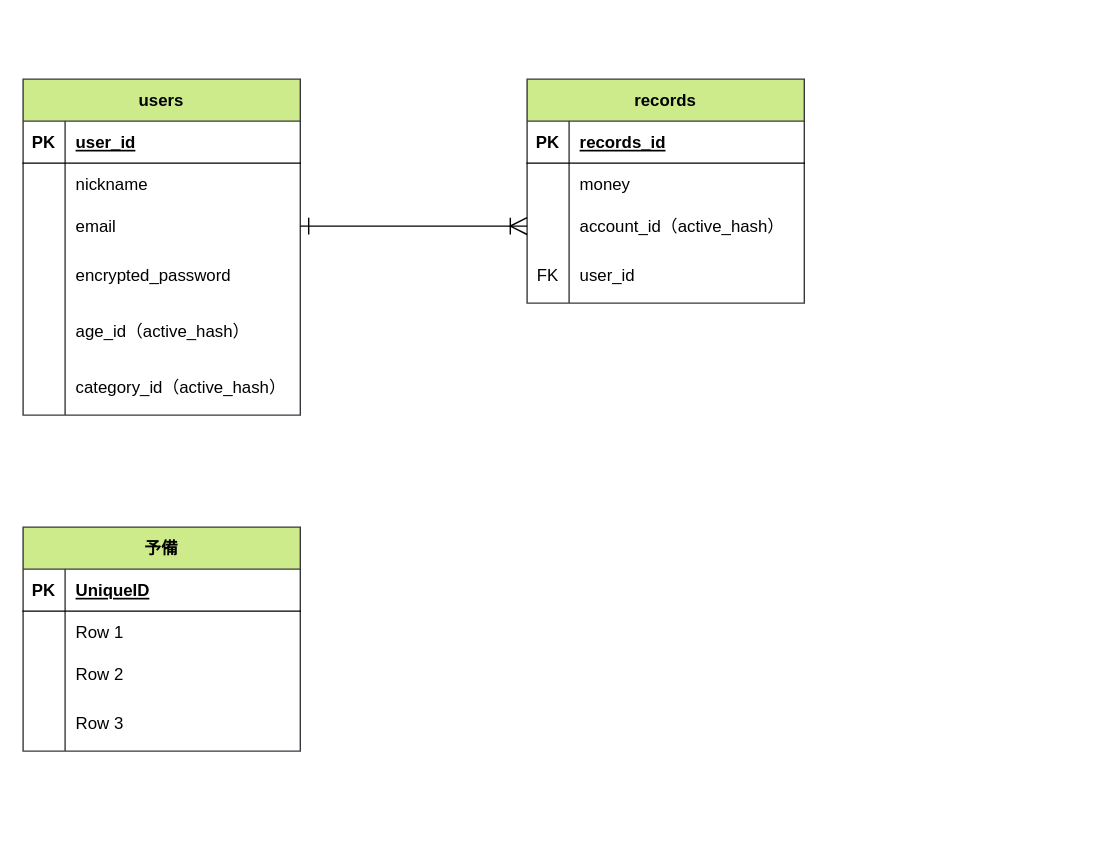
This is page "ER図" (2 of 3) of moneyforest.dio from rikakohira/moneyforest, a draw.io file, before an edit. Source tidied: cells renumbered, new cells numbered last; positions are measured from the earlier drawing's top-left corner, leaving out a move shared by most shapes. Both pictures are drawn from the tidied source at 140%, with x=0, y=0 at pixel (22, 78).
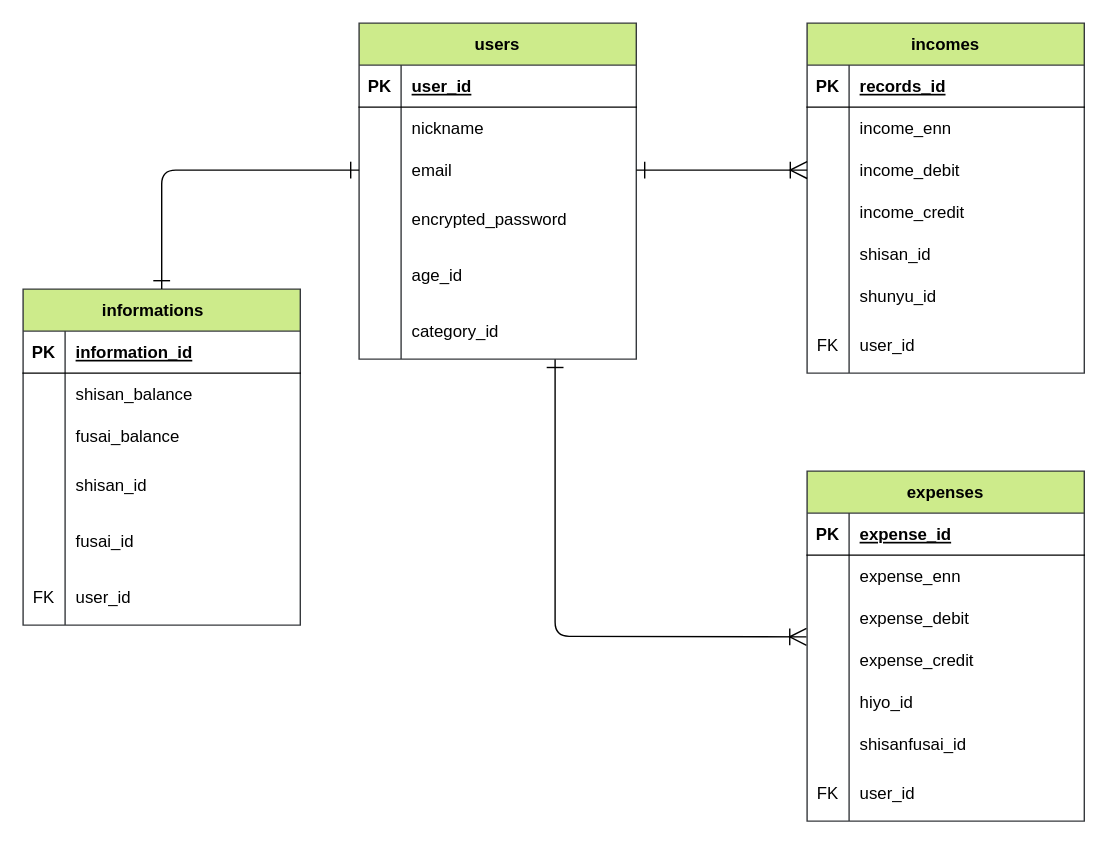
Above is the later version.

Unchanged cells that the change refers to:
```xml
<mxCell id="15" style="shape=partialRectangle;fillColor=none;top=0;left=0;bottom=0;right=0;strokeColor=#000000;fontColor=#000000;" parent="2" vertex="1">
  <mxGeometry y="160" width="198" height="40" as="geometry" />
</mxCell>
<mxCell id="18" style="shape=partialRectangle;fillColor=none;top=0;left=0;bottom=0;right=0;strokeColor=#000000;fontColor=#000000;" parent="2" vertex="1">
  <mxGeometry y="200" width="198" height="40" as="geometry" />
</mxCell>
<mxCell id="22" style="shape=partialRectangle;fillColor=none;top=0;left=0;bottom=1;right=0;strokeColor=#000000;fontColor=#000000;" parent="21" vertex="1">
  <mxGeometry y="30" width="198" height="30" as="geometry" />
</mxCell>
<mxCell id="25" style="shape=partialRectangle;fillColor=none;top=0;left=0;bottom=0;right=0;strokeColor=#000000;fontColor=#000000;" parent="21" vertex="1">
  <mxGeometry y="60" width="198" height="30" as="geometry" />
</mxCell>
<mxCell id="28" style="shape=partialRectangle;fillColor=none;top=0;left=0;bottom=0;right=0;strokeColor=#000000;fontColor=#000000;" parent="21" vertex="1">
  <mxGeometry y="90" width="198" height="30" as="geometry" />
</mxCell>
<mxCell id="31" style="shape=partialRectangle;fillColor=none;top=0;left=0;bottom=0;right=0;strokeColor=#000000;fontColor=#000000;" parent="21" vertex="1">
  <mxGeometry y="120" width="198" height="40" as="geometry" />
</mxCell>
<mxCell id="38" style="shape=partialRectangle;fillColor=none;top=0;left=0;bottom=0;right=0;strokeColor=#000000;fontColor=#000000;" parent="34" vertex="1">
  <mxGeometry y="60" width="198" height="30" as="geometry" />
</mxCell>
<mxCell id="41" style="shape=partialRectangle;fillColor=none;top=0;left=0;bottom=0;right=0;points=[[0,0.5],[1,0.5]];portConstraint=eastwest;strokeColor=#000000;fontColor=#000000;" parent="34" vertex="1">
  <mxGeometry y="90" width="198" height="30" as="geometry" />
</mxCell>
```

The edit, as a diff of the source:
```diff
@@
+    <mxCell id="48" style="edgeStyle=none;html=1;entryX=-0.002;entryY=-0.053;entryDx=0;entryDy=0;entryPerimeter=0;startArrow=ERone;startFill=0;endArrow=ERoneToMany;endFill=0;startSize=10;endSize=10;strokeColor=#000000;" parent="1" edge="1" target="78">
+      <mxGeometry relative="1" as="geometry">
+        <mxPoint x="380" y="200" as="sourcePoint" />
+        <Array as="points">
+          <mxPoint x="380" y="398" />
+        </Array>
+      </mxGeometry>
+    </mxCell>
     <mxCell id="2" value="users" style="shape=table;startSize=30;childLayout=tableLayout;rowLines=0;fontStyle=1;align=center;strokeColor=#36393d;fillColor=#cdeb8b;fontColor=#000000;resizeLastRow=1;" parent="1" vertex="1">
-      <mxGeometry width="198" height="240" as="geometry" />
+      <mxGeometry x="240" y="-40" width="198" height="240" as="geometry" />
     </mxCell>
@@
-    <mxCell id="9" style="shape=partialRectangle;fillColor=none;top=0;left=0;bottom=0;right=0;points=[[0,0.5],[1,0.5]];portConstraint=eastwest;strokeColor=#000000;fontColor=#000000;" parent="2" vertex="1">
-      <mxGeometry y="90" width="198" height="30" as="geometry" />
-    </mxCell>
-    <mxCell id="10" style="shape=partialRectangle;fillColor=none;top=0;left=0;bottom=0;right=0;overflow=hidden;strokeColor=#000000;fontColor=#000000;" parent="9" vertex="1">
-      <mxGeometry width="30" height="30" as="geometry" />
-    </mxCell>
+    <mxCell id="49" style="shape=partialRectangle;fillColor=none;top=0;left=0;bottom=0;right=0;points=[[0,0.5],[1,0.5]];portConstraint=eastwest;strokeColor=#000000;fontColor=#000000;" parent="2" vertex="1">
+      <mxGeometry y="90" width="198" height="30" as="geometry" />
+    </mxCell>
+    <mxCell id="50" style="shape=partialRectangle;fillColor=none;top=0;left=0;bottom=0;right=0;overflow=hidden;strokeColor=#000000;fontColor=#000000;" parent="49" vertex="1">
+      <mxGeometry width="30" height="30" as="geometry" />
+    </mxCell>
-    <mxCell id="11" value="email" style="shape=partialRectangle;fillColor=none;top=0;left=0;bottom=0;right=0;align=left;spacingLeft=6;overflow=hidden;strokeColor=#000000;fontColor=#000000;" parent="9" vertex="1">
+    <mxCell id="11" value="email" style="shape=partialRectangle;fillColor=none;top=0;left=0;bottom=0;right=0;align=left;spacingLeft=6;overflow=hidden;strokeColor=#000000;fontColor=#000000;" parent="49" vertex="1">
       <mxGeometry x="30" width="168" height="30" as="geometry" />
     </mxCell>
@@
-    <mxCell id="17" value="age_id（active_hash）" style="shape=partialRectangle;fillColor=none;top=0;left=0;bottom=0;right=0;align=left;spacingLeft=6;overflow=hidden;strokeColor=#000000;fontColor=#000000;" parent="15" vertex="1">
+    <mxCell id="17" value="age_id" style="shape=partialRectangle;fillColor=none;top=0;left=0;bottom=0;right=0;align=left;spacingLeft=6;overflow=hidden;strokeColor=#000000;fontColor=#000000;" parent="15" vertex="1">
       <mxGeometry x="30" width="168" height="40" as="geometry" />
     </mxCell>
@@
-    <mxCell id="20" value="category_id（active_hash）" style="shape=partialRectangle;fillColor=none;top=0;left=0;bottom=0;right=0;align=left;spacingLeft=6;overflow=hidden;strokeColor=#000000;fontColor=#000000;" parent="18" vertex="1">
+    <mxCell id="20" value="category_id" style="shape=partialRectangle;fillColor=none;top=0;left=0;bottom=0;right=0;align=left;spacingLeft=6;overflow=hidden;strokeColor=#000000;fontColor=#000000;" parent="18" vertex="1">
       <mxGeometry x="30" width="168" height="40" as="geometry" />
     </mxCell>
-    <mxCell id="21" value="予備" style="shape=table;startSize=30;childLayout=tableLayout;rowLines=0;fontStyle=1;align=center;strokeColor=#36393d;fillColor=#cdeb8b;fontColor=#000000;portConstraintRotation=0;resizeLastRow=1;" parent="1" vertex="1">
-      <mxGeometry y="320" width="198" height="160" as="geometry" />
+    <mxCell id="21" value="informations　" style="shape=table;startSize=30;childLayout=tableLayout;rowLines=0;fontStyle=1;align=center;strokeColor=#36393d;fillColor=#cdeb8b;fontColor=#000000;portConstraintRotation=0;resizeLastRow=1;" parent="1" vertex="1">
+      <mxGeometry y="150" width="198" height="240" as="geometry" />
     </mxCell>
@@
-    <mxCell id="24" value="UniqueID" style="shape=partialRectangle;fillColor=none;top=0;left=0;bottom=0;right=0;align=left;spacingLeft=6;fontStyle=5;overflow=hidden;strokeColor=#000000;fontColor=#000000;" parent="22" vertex="1">
+    <mxCell id="24" value="information_id" style="shape=partialRectangle;fillColor=none;top=0;left=0;bottom=0;right=0;align=left;spacingLeft=6;fontStyle=5;overflow=hidden;strokeColor=#000000;fontColor=#000000;" parent="22" vertex="1">
       <mxGeometry x="30" width="168" height="30" as="geometry" />
     </mxCell>
@@
-    <mxCell id="27" value="Row 1" style="shape=partialRectangle;fillColor=none;top=0;left=0;bottom=0;right=0;align=left;spacingLeft=6;overflow=hidden;strokeColor=#000000;fontColor=#000000;" parent="25" vertex="1">
+    <mxCell id="27" value="shisan_balance" style="shape=partialRectangle;fillColor=none;top=0;left=0;bottom=0;right=0;align=left;spacingLeft=6;overflow=hidden;strokeColor=#000000;fontColor=#000000;" parent="25" vertex="1">
       <mxGeometry x="30" width="168" height="30" as="geometry" />
     </mxCell>
@@
-    <mxCell id="30" value="Row 2" style="shape=partialRectangle;fillColor=none;top=0;left=0;bottom=0;right=0;align=left;spacingLeft=6;overflow=hidden;strokeColor=#000000;fontColor=#000000;" parent="28" vertex="1">
+    <mxCell id="30" value="fusai_balance" style="shape=partialRectangle;fillColor=none;top=0;left=0;bottom=0;right=0;align=left;spacingLeft=6;overflow=hidden;strokeColor=#000000;fontColor=#000000;" parent="28" vertex="1">
       <mxGeometry x="30" width="168" height="30" as="geometry" />
     </mxCell>
@@
-    <mxCell id="33" value="Row 3" style="shape=partialRectangle;fillColor=none;top=0;left=0;bottom=0;right=0;align=left;spacingLeft=6;overflow=hidden;strokeColor=#000000;fontColor=#000000;" parent="31" vertex="1">
+    <mxCell id="33" value="shisan_id" style="shape=partialRectangle;fillColor=none;top=0;left=0;bottom=0;right=0;align=left;spacingLeft=6;overflow=hidden;strokeColor=#000000;fontColor=#000000;" parent="31" vertex="1">
       <mxGeometry x="30" width="168" height="40" as="geometry" />
     </mxCell>
+    <mxCell id="51" style="shape=partialRectangle;fillColor=none;top=0;left=0;bottom=0;right=0;strokeColor=#000000;fontColor=#000000;" parent="21" vertex="1">
+      <mxGeometry y="160" width="198" height="40" as="geometry" />
+    </mxCell>
+    <mxCell id="52" style="shape=partialRectangle;fillColor=none;top=0;left=0;bottom=0;right=0;overflow=hidden;strokeColor=#000000;fontColor=#000000;" parent="51" vertex="1">
+      <mxGeometry width="30" height="40" as="geometry" />
+    </mxCell>
+    <mxCell id="53" value="fusai_id" style="shape=partialRectangle;fillColor=none;top=0;left=0;bottom=0;right=0;align=left;spacingLeft=6;overflow=hidden;strokeColor=#000000;fontColor=#000000;" parent="51" vertex="1">
+      <mxGeometry x="30" width="168" height="40" as="geometry" />
+    </mxCell>
+    <mxCell id="54" style="shape=partialRectangle;fillColor=none;top=0;left=0;bottom=0;right=0;strokeColor=#000000;fontColor=#000000;" parent="21" vertex="1">
+      <mxGeometry y="200" width="198" height="40" as="geometry" />
+    </mxCell>
+    <mxCell id="55" value="FK" style="shape=partialRectangle;fillColor=none;top=0;left=0;bottom=0;right=0;overflow=hidden;strokeColor=#000000;fontColor=#000000;" parent="54" vertex="1">
+      <mxGeometry width="30" height="40" as="geometry" />
+    </mxCell>
+    <mxCell id="56" value="user_id" style="shape=partialRectangle;fillColor=none;top=0;left=0;bottom=0;right=0;align=left;spacingLeft=6;overflow=hidden;strokeColor=#000000;fontColor=#000000;" parent="54" vertex="1">
+      <mxGeometry x="30" width="168" height="40" as="geometry" />
+    </mxCell>
-    <mxCell id="34" value="records" style="shape=table;startSize=30;childLayout=tableLayout;rowLines=0;fontStyle=1;align=center;strokeColor=#36393d;fillColor=#cdeb8b;fontColor=#000000;resizeLastRow=1;" parent="1" vertex="1">
-      <mxGeometry x="360" width="198" height="160" as="geometry" />
+    <mxCell id="34" value="incomes" style="shape=table;startSize=30;childLayout=tableLayout;rowLines=0;fontStyle=1;align=center;strokeColor=#36393d;fillColor=#cdeb8b;fontColor=#000000;resizeLastRow=1;" parent="1" vertex="1">
+      <mxGeometry x="560" y="-40" width="198" height="250" as="geometry" />
     </mxCell>
@@
-    <mxCell id="40" value="money" style="shape=partialRectangle;fillColor=none;top=0;left=0;bottom=0;right=0;align=left;spacingLeft=6;overflow=hidden;strokeColor=#000000;fontColor=#000000;" parent="38" vertex="1">
+    <mxCell id="40" value="income_enn" style="shape=partialRectangle;fillColor=none;top=0;left=0;bottom=0;right=0;align=left;spacingLeft=6;overflow=hidden;strokeColor=#000000;fontColor=#000000;" parent="38" vertex="1">
       <mxGeometry x="30" width="168" height="30" as="geometry" />
     </mxCell>
@@
-    <mxCell id="43" value="account_id（active_hash）" style="shape=partialRectangle;fillColor=none;top=0;left=0;bottom=0;right=0;align=left;spacingLeft=6;overflow=hidden;strokeColor=#000000;fontColor=#000000;" parent="41" vertex="1">
+    <mxCell id="43" value="income_debit" style="shape=partialRectangle;fillColor=none;top=0;left=0;bottom=0;right=0;align=left;spacingLeft=6;overflow=hidden;strokeColor=#000000;fontColor=#000000;" parent="41" vertex="1">
       <mxGeometry x="30" width="168" height="30" as="geometry" />
     </mxCell>
+    <mxCell id="57" style="shape=partialRectangle;fillColor=none;top=0;left=0;bottom=0;right=0;strokeColor=#000000;fontColor=#000000;" parent="34" vertex="1">
+      <mxGeometry y="120" width="198" height="30" as="geometry" />
+    </mxCell>
+    <mxCell id="58" style="shape=partialRectangle;fillColor=none;top=0;left=0;bottom=0;right=0;overflow=hidden;strokeColor=#000000;fontColor=#000000;" parent="57" vertex="1">
+      <mxGeometry width="30" height="30" as="geometry" />
+    </mxCell>
+    <mxCell id="59" value="income_credit" style="shape=partialRectangle;fillColor=none;top=0;left=0;bottom=0;right=0;align=left;spacingLeft=6;overflow=hidden;strokeColor=#000000;fontColor=#000000;" parent="57" vertex="1">
+      <mxGeometry x="30" width="168" height="30" as="geometry" />
+    </mxCell>
+    <mxCell id="60" style="shape=partialRectangle;fillColor=none;top=0;left=0;bottom=0;right=0;strokeColor=#000000;fontColor=#000000;" parent="34" vertex="1">
+      <mxGeometry y="150" width="198" height="30" as="geometry" />
+    </mxCell>
+    <mxCell id="61" style="shape=partialRectangle;fillColor=none;top=0;left=0;bottom=0;right=0;overflow=hidden;strokeColor=#000000;fontColor=#000000;" parent="60" vertex="1">
+      <mxGeometry width="30" height="30" as="geometry" />
+    </mxCell>
+    <mxCell id="62" value="shisan_id" style="shape=partialRectangle;fillColor=none;top=0;left=0;bottom=0;right=0;align=left;spacingLeft=6;overflow=hidden;strokeColor=#000000;fontColor=#000000;" parent="60" vertex="1">
+      <mxGeometry x="30" width="168" height="30" as="geometry" />
+    </mxCell>
+    <mxCell id="63" style="shape=partialRectangle;fillColor=none;top=0;left=0;bottom=0;right=0;strokeColor=#000000;fontColor=#000000;" parent="34" vertex="1">
+      <mxGeometry y="180" width="198" height="30" as="geometry" />
+    </mxCell>
+    <mxCell id="64" style="shape=partialRectangle;fillColor=none;top=0;left=0;bottom=0;right=0;overflow=hidden;strokeColor=#000000;fontColor=#000000;" parent="63" vertex="1">
+      <mxGeometry width="30" height="30" as="geometry" />
+    </mxCell>
+    <mxCell id="65" value="shunyu_id" style="shape=partialRectangle;fillColor=none;top=0;left=0;bottom=0;right=0;align=left;spacingLeft=6;overflow=hidden;strokeColor=#000000;fontColor=#000000;" parent="63" vertex="1">
+      <mxGeometry x="30" width="168" height="30" as="geometry" />
+    </mxCell>
     <mxCell id="44" style="shape=partialRectangle;fillColor=none;top=0;left=0;bottom=0;right=0;strokeColor=#000000;fontColor=#000000;" parent="34" vertex="1">
-      <mxGeometry y="120" width="198" height="40" as="geometry" />
+      <mxGeometry y="210" width="198" height="40" as="geometry" />
     </mxCell>
@@
-    <mxCell id="47" style="edgeStyle=none;html=1;entryX=0;entryY=0.5;entryDx=0;entryDy=0;startArrow=ERone;startFill=0;endArrow=ERoneToMany;endFill=0;strokeColor=#000000;endSize=10;startSize=10;" parent="1" edge="1" source="9" target="41">
+    <mxCell id="47" style="edgeStyle=none;html=1;entryX=0;entryY=0.5;entryDx=0;entryDy=0;startArrow=ERone;startFill=0;endArrow=ERoneToMany;endFill=0;strokeColor=#000000;endSize=10;startSize=10;" parent="1" edge="1" target="41">
       <mxGeometry relative="1" as="geometry" />
     </mxCell>
+    <mxCell id="66" style="edgeStyle=none;html=1;entryX=0.5;entryY=0;entryDx=0;entryDy=0;strokeColor=#000000;startArrow=ERone;startFill=0;endArrow=ERone;endFill=0;endSize=10;startSize=10;" parent="1" edge="1" source="49" target="21">
+      <mxGeometry relative="1" as="geometry">
+        <Array as="points">
+          <mxPoint x="99" y="65" />
+        </Array>
+      </mxGeometry>
+    </mxCell>
+    <mxCell id="67" style="edgeStyle=none;html=1;entryX=0;entryY=0.5;entryDx=0;entryDy=0;startArrow=ERone;startFill=0;endArrow=ERoneToMany;endFill=0;startSize=10;endSize=10;strokeColor=#000000;" parent="1" edge="1" source="49" target="41">
+      <mxGeometry relative="1" as="geometry" />
+    </mxCell>
+    <mxCell id="68" value="expenses" style="shape=table;startSize=30;childLayout=tableLayout;rowLines=0;fontStyle=1;align=center;strokeColor=#36393d;fillColor=#cdeb8b;fontColor=#000000;resizeLastRow=1;" parent="1" vertex="1">
+      <mxGeometry x="560" y="280" width="198" height="250" as="geometry" />
+    </mxCell>
+    <mxCell id="69" style="shape=partialRectangle;fillColor=none;top=0;left=0;bottom=1;right=0;strokeColor=#000000;fontColor=#000000;" parent="68" vertex="1">
+      <mxGeometry y="30" width="198" height="30" as="geometry" />
+    </mxCell>
+    <mxCell id="70" value="PK" style="shape=partialRectangle;fillColor=none;top=0;left=0;bottom=0;right=0;fontStyle=1;overflow=hidden;strokeColor=#000000;fontColor=#000000;" parent="69" vertex="1">
+      <mxGeometry width="30" height="30" as="geometry" />
+    </mxCell>
+    <mxCell id="71" value="expense_id" style="shape=partialRectangle;fillColor=none;top=0;left=0;bottom=0;right=0;align=left;spacingLeft=6;fontStyle=5;overflow=hidden;strokeColor=#000000;fontColor=#000000;" parent="69" vertex="1">
+      <mxGeometry x="30" width="168" height="30" as="geometry" />
+    </mxCell>
+    <mxCell id="72" style="shape=partialRectangle;fillColor=none;top=0;left=0;bottom=0;right=0;strokeColor=#000000;fontColor=#000000;" parent="68" vertex="1">
+      <mxGeometry y="60" width="198" height="30" as="geometry" />
+    </mxCell>
+    <mxCell id="73" style="shape=partialRectangle;fillColor=none;top=0;left=0;bottom=0;right=0;overflow=hidden;strokeColor=#000000;fontColor=#000000;" parent="72" vertex="1">
+      <mxGeometry width="30" height="30" as="geometry" />
+    </mxCell>
+    <mxCell id="74" value="expense_enn" style="shape=partialRectangle;fillColor=none;top=0;left=0;bottom=0;right=0;align=left;spacingLeft=6;overflow=hidden;strokeColor=#000000;fontColor=#000000;" parent="72" vertex="1">
+      <mxGeometry x="30" width="168" height="30" as="geometry" />
+    </mxCell>
+    <mxCell id="75" style="shape=partialRectangle;fillColor=none;top=0;left=0;bottom=0;right=0;strokeColor=#000000;fontColor=#000000;" parent="68" vertex="1">
+      <mxGeometry y="90" width="198" height="30" as="geometry" />
+    </mxCell>
+    <mxCell id="76" style="shape=partialRectangle;fillColor=none;top=0;left=0;bottom=0;right=0;overflow=hidden;strokeColor=#000000;fontColor=#000000;" parent="75" vertex="1">
+      <mxGeometry width="30" height="30" as="geometry" />
+    </mxCell>
+    <mxCell id="77" value="expense_debit" style="shape=partialRectangle;fillColor=none;top=0;left=0;bottom=0;right=0;align=left;spacingLeft=6;overflow=hidden;strokeColor=#000000;fontColor=#000000;" parent="75" vertex="1">
+      <mxGeometry x="30" width="168" height="30" as="geometry" />
+    </mxCell>
+    <mxCell id="78" style="shape=partialRectangle;fillColor=none;top=0;left=0;bottom=0;right=0;points=[[0,0.5],[1,0.5]];portConstraint=eastwest;strokeColor=#000000;fontColor=#000000;" parent="68" vertex="1">
+      <mxGeometry y="120" width="198" height="30" as="geometry" />
+    </mxCell>
+    <mxCell id="79" style="shape=partialRectangle;fillColor=none;top=0;left=0;bottom=0;right=0;overflow=hidden;strokeColor=#000000;fontColor=#000000;" parent="78" vertex="1">
+      <mxGeometry width="30" height="30" as="geometry" />
+    </mxCell>
+    <mxCell id="80" value="expense_credit" style="shape=partialRectangle;fillColor=none;top=0;left=0;bottom=0;right=0;align=left;spacingLeft=6;overflow=hidden;strokeColor=#000000;fontColor=#000000;" parent="78" vertex="1">
+      <mxGeometry x="30" width="168" height="30" as="geometry" />
+    </mxCell>
+    <mxCell id="81" style="shape=partialRectangle;fillColor=none;top=0;left=0;bottom=0;right=0;strokeColor=#000000;fontColor=#000000;" parent="68" vertex="1">
+      <mxGeometry y="150" width="198" height="30" as="geometry" />
+    </mxCell>
+    <mxCell id="82" style="shape=partialRectangle;fillColor=none;top=0;left=0;bottom=0;right=0;overflow=hidden;strokeColor=#000000;fontColor=#000000;" parent="81" vertex="1">
+      <mxGeometry width="30" height="30" as="geometry" />
+    </mxCell>
+    <mxCell id="83" value="hiyo_id　" style="shape=partialRectangle;fillColor=none;top=0;left=0;bottom=0;right=0;align=left;spacingLeft=6;overflow=hidden;strokeColor=#000000;fontColor=#000000;" parent="81" vertex="1">
+      <mxGeometry x="30" width="168" height="30" as="geometry" />
+    </mxCell>
+    <mxCell id="84" style="shape=partialRectangle;fillColor=none;top=0;left=0;bottom=0;right=0;strokeColor=#000000;fontColor=#000000;" parent="68" vertex="1">
+      <mxGeometry y="180" width="198" height="30" as="geometry" />
+    </mxCell>
+    <mxCell id="85" style="shape=partialRectangle;fillColor=none;top=0;left=0;bottom=0;right=0;overflow=hidden;strokeColor=#000000;fontColor=#000000;" parent="84" vertex="1">
+      <mxGeometry width="30" height="30" as="geometry" />
+    </mxCell>
+    <mxCell id="86" value="shisanfusai_id　" style="shape=partialRectangle;fillColor=none;top=0;left=0;bottom=0;right=0;align=left;spacingLeft=6;overflow=hidden;strokeColor=#000000;fontColor=#000000;" parent="84" vertex="1">
+      <mxGeometry x="30" width="168" height="30" as="geometry" />
+    </mxCell>
+    <mxCell id="87" style="shape=partialRectangle;fillColor=none;top=0;left=0;bottom=0;right=0;strokeColor=#000000;fontColor=#000000;" parent="68" vertex="1">
+      <mxGeometry y="210" width="198" height="40" as="geometry" />
+    </mxCell>
+    <mxCell id="88" value="FK" style="shape=partialRectangle;fillColor=none;top=0;left=0;bottom=0;right=0;overflow=hidden;strokeColor=#000000;fontColor=#000000;" parent="87" vertex="1">
+      <mxGeometry width="30" height="40" as="geometry" />
+    </mxCell>
+    <mxCell id="89" value="user_id" style="shape=partialRectangle;fillColor=none;top=0;left=0;bottom=0;right=0;align=left;spacingLeft=6;overflow=hidden;strokeColor=#000000;fontColor=#000000;" parent="87" vertex="1">
+      <mxGeometry x="30" width="168" height="40" as="geometry" />
+    </mxCell>
```
